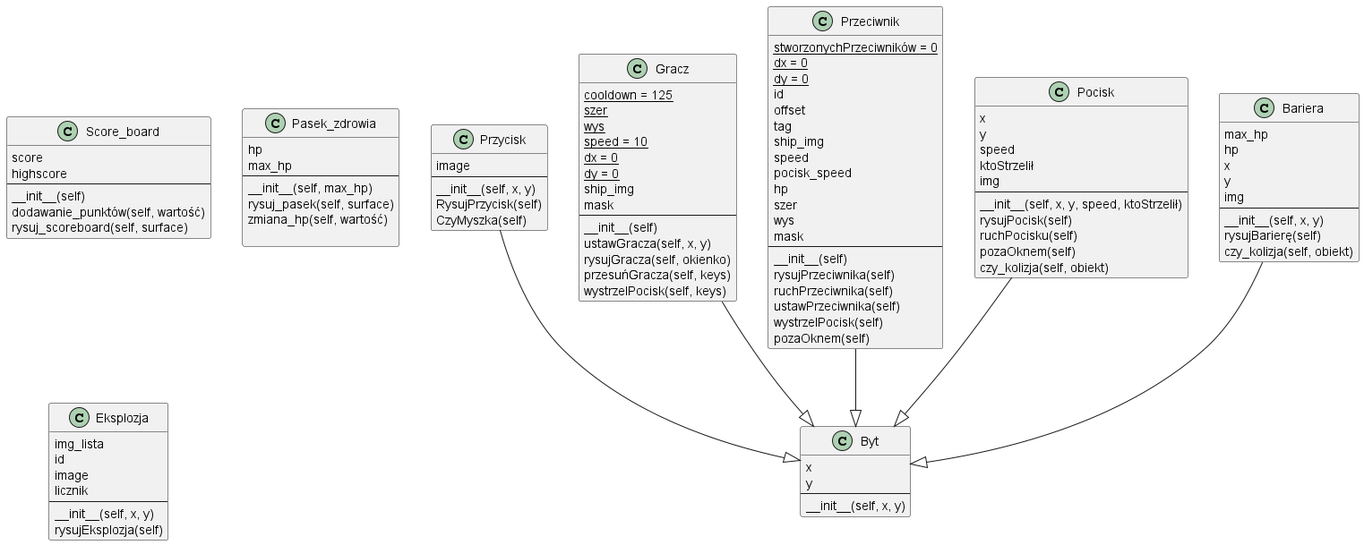
DawidSkowronski/Projekt_programowanie_semestr_letni_2024 keeps this PlantUML diagram as diagram_UML_projekt/diagramUML/diagramUML.png. Above is the earlier version.
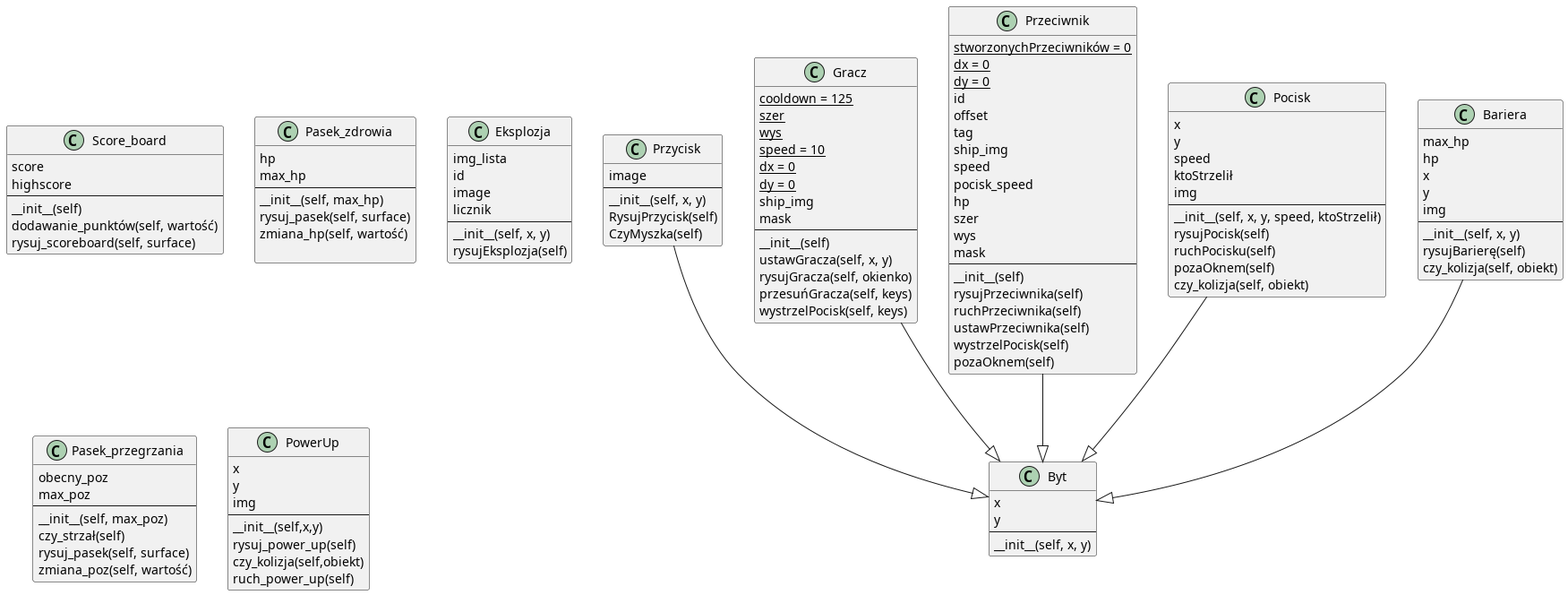
Above is the later version.

Commit message:
Aktualizacja UML.

What changed in the source:
```diff
@@ -111,6 +111,27 @@
 rysujEksplozja(self)
 }
 
+class Pasek_przegrzania{
+    obecny_poz
+    max_poz
+    --
+    __init__(self, max_poz)
+    czy_strzał(self)
+    rysuj_pasek(self, surface)
+    zmiana_poz(self, wartość)
+}
+
+class PowerUp{
+    x
+    y
+    img
+    --
+    __init__(self,x,y)
+    rysuj_power_up(self)
+    czy_kolizja(self,obiekt)
+    ruch_power_up(self)
+}
+
 
 Gracz --|> Byt
 Przeciwnik --|> Byt
```
